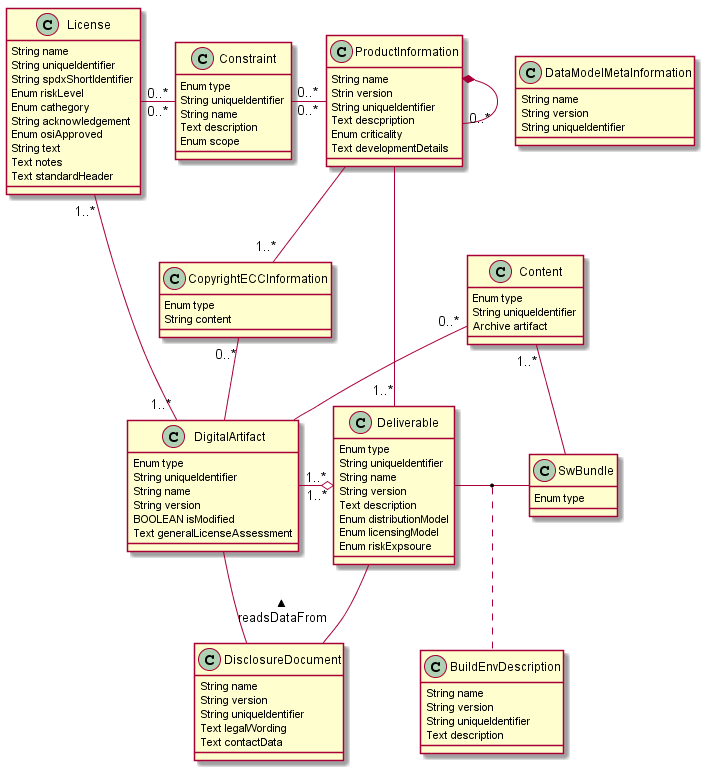
Above: Tooling-Landscape/Unanimous-Understanding/Data Structures/DataExchangeFormat-UML-Class-Diagram.png in Open-Source-Compliance/Sharing-creates-value (PlantUML), before the change.
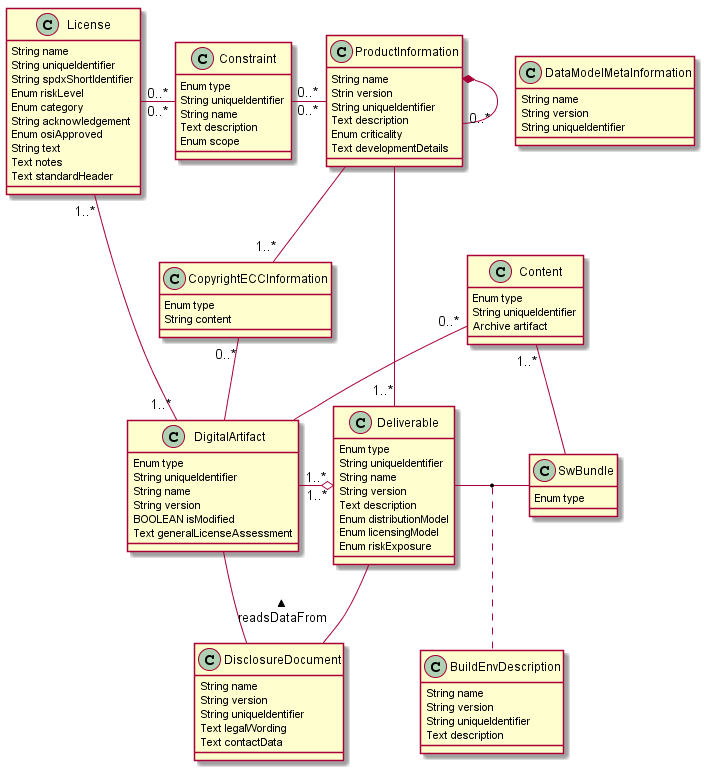
Above is the later version.

Commit message:
modified class diagram according to meeting #2

Diff of the diagram source:
```diff
@@ -38,7 +38,7 @@
    Text description
    Enum distributionModel
    Enum licensingModel
-   Enum riskExpsoure
+   Enum riskExposure
 
 }
 class DisclosureDocument {
@@ -64,7 +64,7 @@
   String uniqueIdentifier
   String spdxShortIdentifier
   Enum riskLevel
-  Enum cathegory
+  Enum category
   String acknowledgement
   Enum osiApproved
   String text
@@ -77,7 +77,7 @@
    String name
    Strin version
    String uniqueIdentifier
-   Text descpription
+   Text description
    Enum criticality
    Text developmentDetails
 }
```
